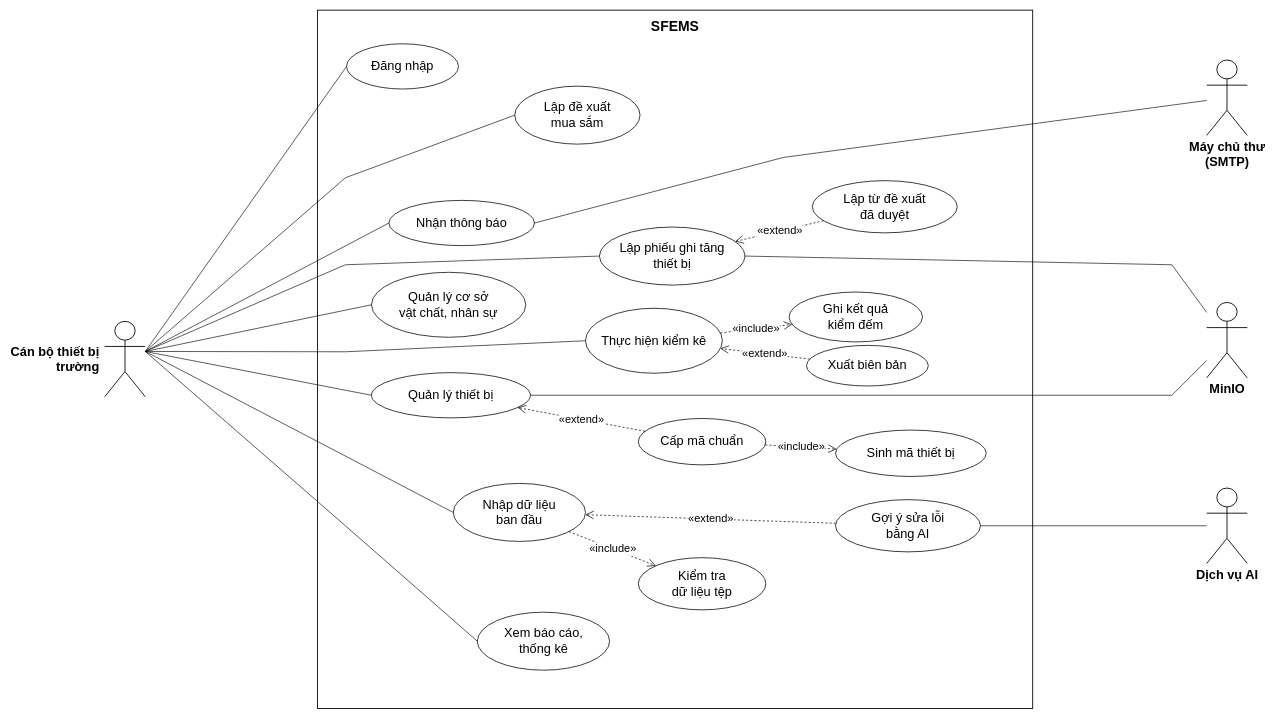
The draw.io diagram docs/VN/diagram/Report 3/05 Use case/06 Can bo thiet bi truong.drawio in LuuDong2004/SEP490_G123_SFEMS, before the edit. Source tidied: cells renumbered, new cells numbered last; positions are measured from the earlier drawing's top-left corner, leaving out a move shared by most shapes. Both pictures are drawn from the tidied source at 58%, with x=0, y=0 at pixel (104, 10).
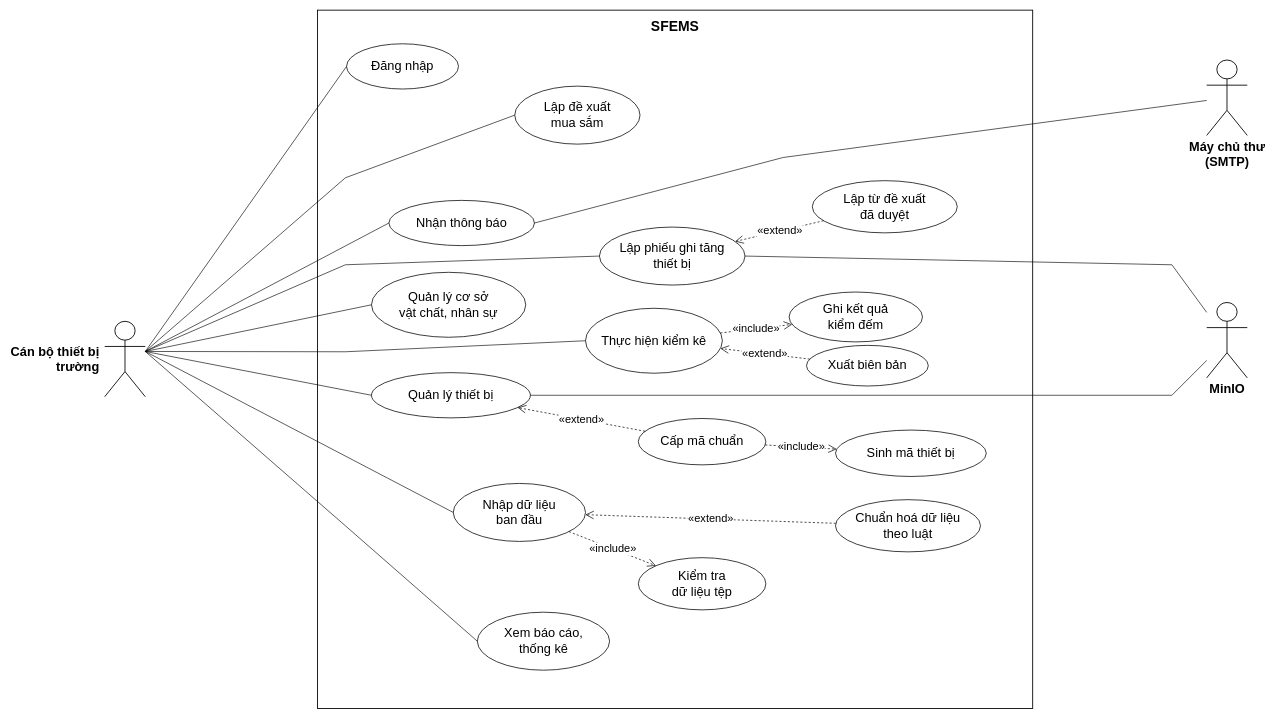
After the change.

What changed in the source:
```diff
@@
-    <mxCell id="28" value="Dịch vụ AI" style="shape=umlActor;verticalLabelPosition=bottom;verticalAlign=top;html=1;outlineConnect=0;fontSize=22;fontStyle=1;fontFamily=Arial;strokeWidth=1.5;" parent="1" vertex="1">
-      <mxGeometry x="1900" y="824" width="70" height="130" as="geometry" />
-    </mxCell>
-    <mxCell id="29" style="endArrow=none;html=1;rounded=0;strokeWidth=1.1;strokeColor=#000000;entryX=1;entryY=0.5;entryDx=0;entryDy=0;" parent="1" edge="1" source="28" target="34">
-      <mxGeometry relative="1" as="geometry" />
-    </mxCell>
@@
-    <mxCell id="34" value="Gợi ý sửa lỗi&lt;br&gt;bằng AI" style="ellipse;whiteSpace=wrap;html=1;fillColor=#FFFFFF;strokeColor=#000000;strokeWidth=1.3;fontSize=22;fontFamily=Arial;" parent="1" vertex="1">
+    <mxCell id="34" value="Chuẩn hoá dữ liệu&lt;br&gt;theo luật" style="ellipse;whiteSpace=wrap;html=1;fillColor=#FFFFFF;strokeColor=#000000;strokeWidth=1.3;fontSize=22;fontFamily=Arial;" parent="1" vertex="1">
       <mxGeometry x="1260" y="844" width="250" height="90" as="geometry" />
     </mxCell>
```
